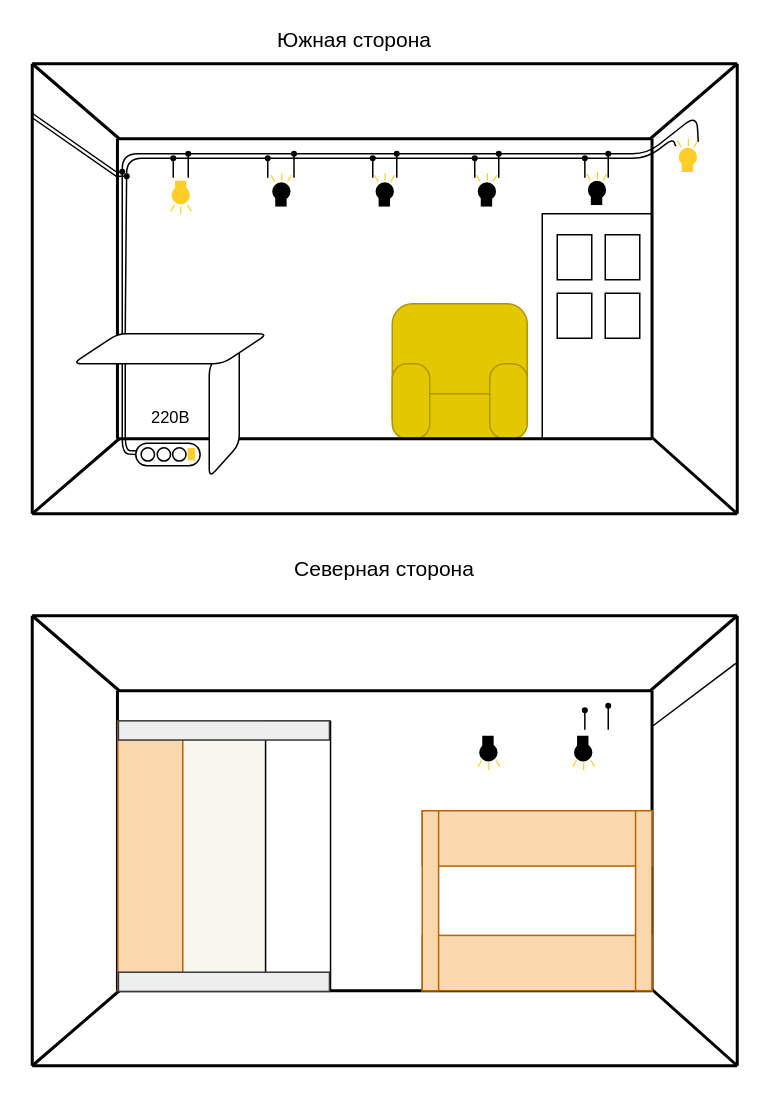
The draw.io diagram 01 Идеи проектов/Целевые проекты/Параллельное RGB освещение/Карта проекта.drawio in Pilgore-pi/Open-proger-notes, before the edit. Source tidied: cells renumbered, new cells numbered last; positions are measured from the earlier drawing's top-left corner, leaving out a move shared by most shapes. Both pictures are drawn from the tidied source at 150%, with x=0, y=0 at pixel (15, 26).
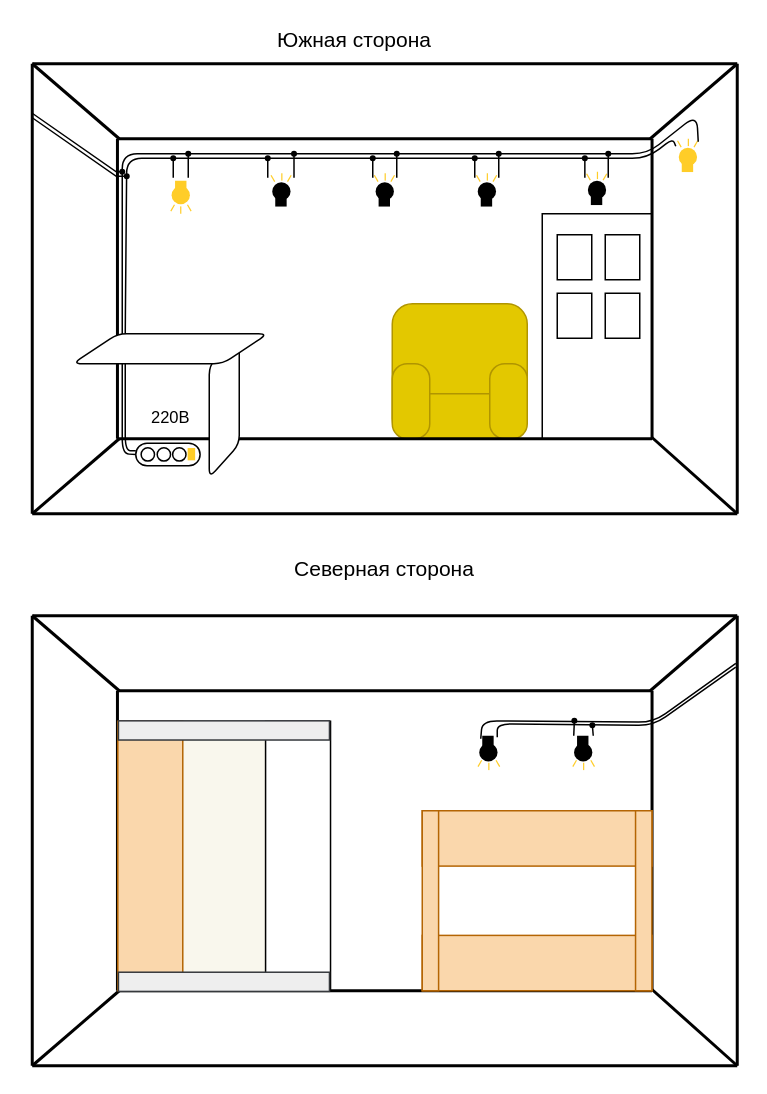
After the change.

Commit message:
obsidian auto commit: 16-11-2025 16:12

Unchanged cells that the change refers to:
```xml
<mxCell id="94" style="rounded=0;whiteSpace=wrap;html=1;fillColor=light-dark(#FFFFFF,#040033);strokeColor=none;" parent="1" vertex="1">
  <mxGeometry x="11" y="393" width="470" height="300" as="geometry" />
</mxCell>
```

Diff of the diagram source:
```diff
@@
     <mxCell id="121" style="endArrow=oval;html=1;rounded=0;strokeColor=light-dark(#000000,#00FFFF);endFill=1;endSize=3;" parent="1" edge="1">
       <mxGeometry relative="1" as="geometry">
-        <mxPoint x="379.4" y="469" as="sourcePoint" />
-        <mxPoint x="379.4" y="456" as="targetPoint" />
+        <mxPoint x="385" y="473" as="sourcePoint" />
+        <mxPoint x="384.4" y="466" as="targetPoint" />
       </mxGeometry>
     </mxCell>
     <mxCell id="122" style="endArrow=oval;html=1;rounded=0;strokeColor=light-dark(#000000,#FF0000);endFill=1;endSize=3;" parent="1" edge="1">
       <mxGeometry relative="1" as="geometry">
-        <mxPoint x="395" y="469" as="sourcePoint" />
-        <mxPoint x="395" y="453" as="targetPoint" />
+        <mxPoint x="372" y="473" as="sourcePoint" />
+        <mxPoint x="372.4" y="463" as="targetPoint" />
       </mxGeometry>
     </mxCell>
@@
-    <mxCell id="134" style="endArrow=none;html=1;rounded=0;strokeColor=light-dark(#000000,#FF0000);endFill=0;endSize=3;entryX=0.998;entryY=0.106;entryDx=0;entryDy=0;entryPerimeter=0;" parent="1" edge="1" target="94">
+    <mxCell id="134" style="endArrow=none;html=1;rounded=1;strokeColor=light-dark(#000000,#FF0000);endFill=0;endSize=3;entryX=0.998;entryY=0.106;entryDx=0;entryDy=0;entryPerimeter=0;curved=0;" parent="1" edge="1" target="94">
       <mxGeometry relative="1" as="geometry">
-        <mxPoint x="424" y="467" as="sourcePoint" />
+        <mxPoint x="310" y="475" as="sourcePoint" />
+        <Array as="points">
+          <mxPoint x="311" y="463" />
+          <mxPoint x="425" y="464" />
+        </Array>
       </mxGeometry>
     </mxCell>
+    <mxCell id="135" style="endArrow=none;html=1;rounded=1;strokeColor=light-dark(#000000,#00FFFF);endFill=0;endSize=3;entryX=0.998;entryY=0.106;entryDx=0;entryDy=0;entryPerimeter=0;curved=0;" parent="1" edge="1">
+      <mxGeometry relative="1" as="geometry">
+        <mxPoint x="321" y="474" as="sourcePoint" />
+        <mxPoint x="480" y="427.2" as="targetPoint" />
+        <Array as="points">
+          <mxPoint x="321" y="465" />
+          <mxPoint x="425" y="466.2" />
+        </Array>
+      </mxGeometry>
+    </mxCell>
```
